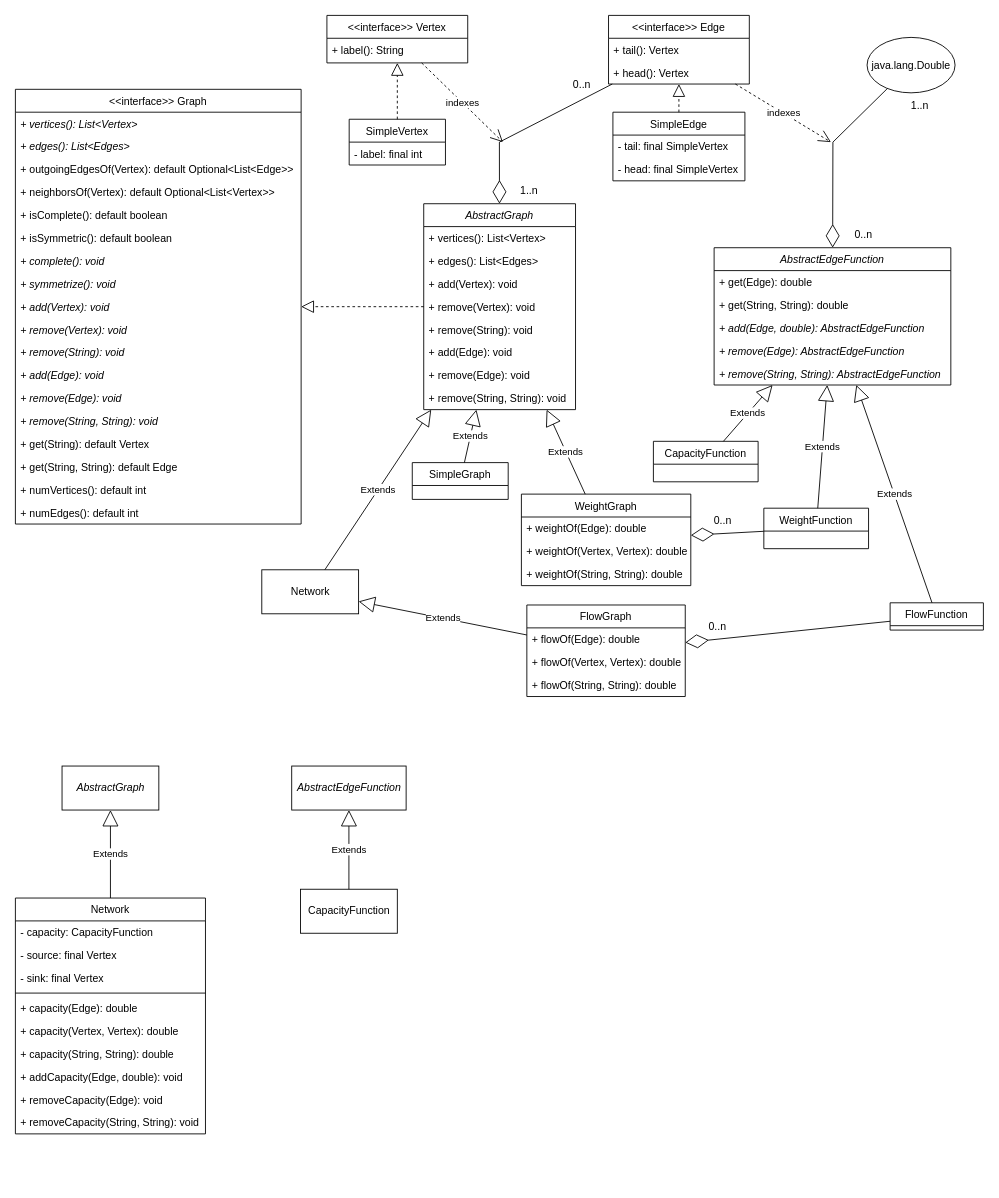
Before: docs/graph.drawio in mgmu/jraf, a draw.io diagram. Source tidied: cells renumbered, new cells numbered last; positions are measured from the earlier drawing's top-left corner, leaving out a move shared by most shapes. Both pictures are drawn from the tidied source at 88%, with x=0, y=0 at pixel (15, 15).
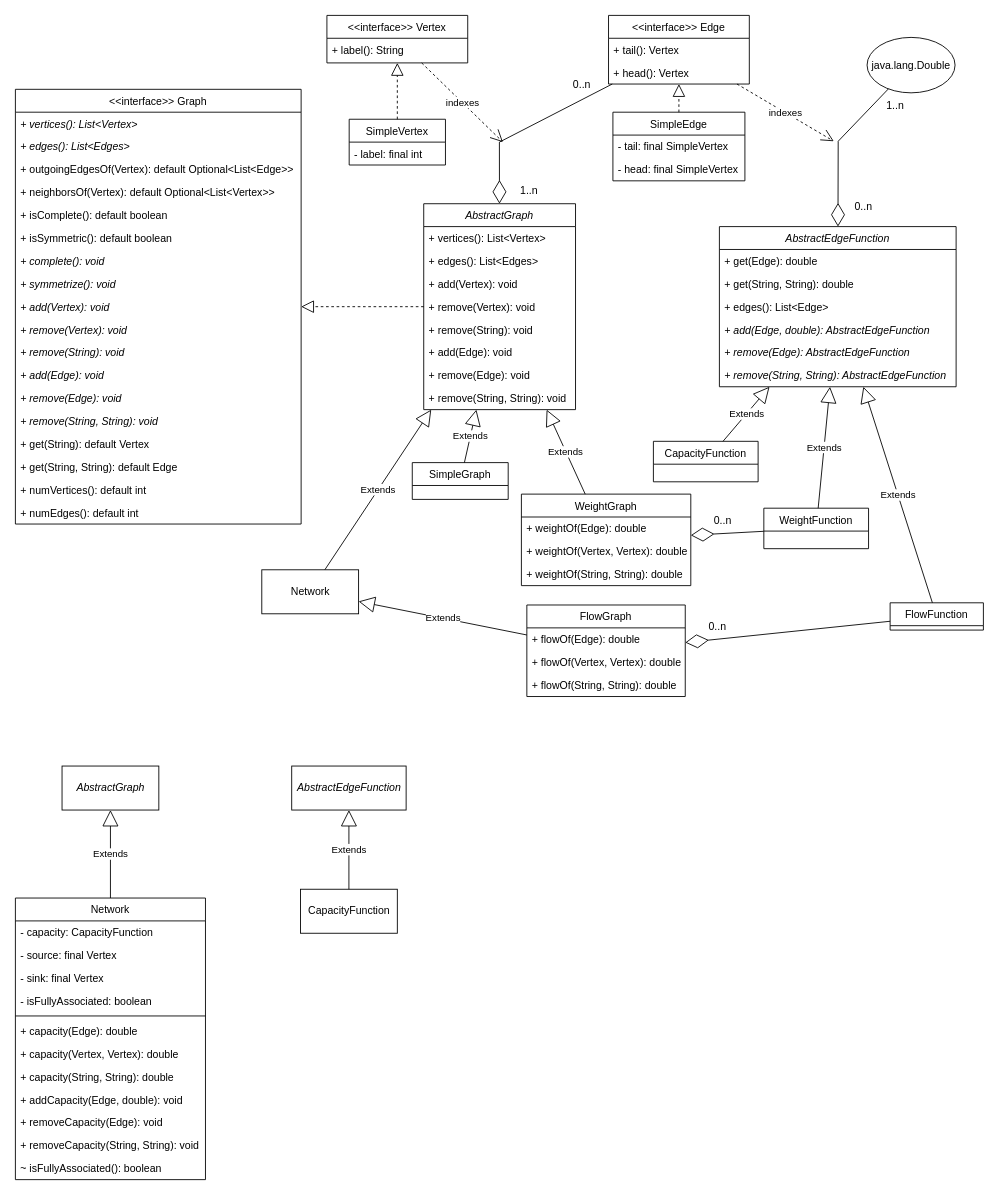
The same diagram, later.

Unchanged cells that the change refers to:
```xml
<mxCell id="4" value="&lt;&lt;interface&gt;&gt; Edge" style="swimlane;fontStyle=0;align=center;verticalAlign=top;horizontal=1;startSize=26;rounded=0;shadow=0;strokeWidth=1;" parent="1" vertex="1">
  <mxGeometry x="674" width="160" height="78" as="geometry" />
</mxCell>
<mxCell id="40" value="java.lang.Double" style="ellipse;whiteSpace=wrap;html=1;" parent="1" vertex="1">
  <mxGeometry x="967.8" y="25" width="100" height="63" as="geometry" />
</mxCell>
```

The edit, as a diff of the source:
```diff
@@
     <mxCell id="41" value="AbstractEdgeFunction" style="swimlane;fontStyle=2;align=center;verticalAlign=top;horizontal=1;startSize=26;rounded=0;shadow=0;strokeWidth=1;" parent="1" vertex="1">
-      <mxGeometry x="794" y="264" width="269" height="156" as="geometry" />
+      <mxGeometry x="800" y="240" width="269" height="182" as="geometry" />
     </mxCell>
@@
+    <mxCell id="98" value="+ edges(): List&lt;Edge&gt;" style="text;strokeColor=none;fillColor=none;align=left;verticalAlign=top;spacingLeft=4;spacingRight=4;overflow=hidden;" parent="41" vertex="1">
+      <mxGeometry y="78" width="269" height="26" as="geometry" />
+    </mxCell>
     <mxCell id="44" value="+ add(Edge, double): AbstractEdgeFunction" style="text;strokeColor=none;fillColor=none;align=left;verticalAlign=top;spacingLeft=4;spacingRight=4;overflow=hidden;fontStyle=2;" parent="41" vertex="1">
-      <mxGeometry y="78" width="269" height="26" as="geometry" />
+      <mxGeometry y="104" width="269" height="26" as="geometry" />
     </mxCell>
     <mxCell id="45" value="+ remove(Edge): AbstractEdgeFunction" style="text;strokeColor=none;fillColor=none;align=left;verticalAlign=top;spacingLeft=4;spacingRight=4;overflow=hidden;fontStyle=2;" parent="41" vertex="1">
-      <mxGeometry y="104" width="269" height="26" as="geometry" />
+      <mxGeometry y="130" width="269" height="26" as="geometry" />
     </mxCell>
     <mxCell id="46" value="+ remove(String, String): AbstractEdgeFunction" style="text;strokeColor=none;fillColor=none;align=left;verticalAlign=top;spacingLeft=4;spacingRight=4;overflow=hidden;fontStyle=2;" parent="41" vertex="1">
-      <mxGeometry y="130" width="269" height="26" as="geometry" />
+      <mxGeometry y="156" width="269" height="26" as="geometry" />
     </mxCell>
@@
     <mxCell id="49" value="indexes" style="endArrow=open;endSize=12;dashed=1;html=1;rounded=0;" parent="1" edge="1" source="4">
       <mxGeometry relative="1" as="geometry">
-        <mxPoint x="926.8" y="144" as="targetPoint" />
+        <mxPoint x="930" y="143" as="targetPoint" />
       </mxGeometry>
     </mxCell>
     <mxCell id="50" value="1..n" style="text;html=1;strokeColor=none;fillColor=none;align=center;verticalAlign=middle;whiteSpace=wrap;rounded=0;" parent="1" vertex="1">
-      <mxGeometry x="997.8" y="88" width="60" height="30" as="geometry" />
+      <mxGeometry x="969.5" y="88" width="60" height="30" as="geometry" />
     </mxCell>
@@
     <mxCell id="73" value="0..n" style="text;html=1;strokeColor=none;fillColor=none;align=center;verticalAlign=middle;whiteSpace=wrap;rounded=0;" parent="1" vertex="1">
-      <mxGeometry x="934" y="234" width="60" height="30" as="geometry" />
+      <mxGeometry x="934" y="203" width="60" height="30" as="geometry" />
     </mxCell>
@@
     <mxCell id="79" style="endArrow=diamondThin;endFill=0;endSize=24;html=1;rounded=0;" parent="1" edge="1" source="40" target="41">
       <mxGeometry relative="1" as="geometry">
         <Array as="points">
-          <mxPoint x="929" y="144" />
+          <mxPoint x="935" y="143" />
         </Array>
       </mxGeometry>
     </mxCell>
@@
     <mxCell id="81" value="Network" style="swimlane;fontStyle=0;align=center;verticalAlign=top;horizontal=1;startSize=26;rounded=0;shadow=0;strokeWidth=1;" parent="1" vertex="1">
-      <mxGeometry y="1003" width="216" height="268" as="geometry" />
+      <mxGeometry y="1003" width="216" height="320" as="geometry" />
     </mxCell>
@@
+    <mxCell id="99" value="- isFullyAssociated: boolean" style="text;strokeColor=none;fillColor=none;align=left;verticalAlign=top;spacingLeft=4;spacingRight=4;overflow=hidden;" parent="81" vertex="1">
+      <mxGeometry y="104" width="216" height="26" as="geometry" />
+    </mxCell>
     <mxCell id="85" style="line;strokeWidth=1;fillColor=none;align=left;verticalAlign=middle;spacingTop=-1;spacingLeft=3;spacingRight=3;labelPosition=right;strokeColor=inherit;" parent="81" vertex="1">
-      <mxGeometry y="104" width="216" height="8" as="geometry" />
+      <mxGeometry y="130" width="216" height="8" as="geometry" />
     </mxCell>
     <mxCell id="86" value="+ capacity(Edge): double" style="text;strokeColor=none;fillColor=none;align=left;verticalAlign=top;spacingLeft=4;spacingRight=4;overflow=hidden;" parent="81" vertex="1">
-      <mxGeometry y="112" width="216" height="26" as="geometry" />
+      <mxGeometry y="138" width="216" height="26" as="geometry" />
     </mxCell>
     <mxCell id="87" value="+ capacity(Vertex, Vertex): double" style="text;strokeColor=none;fillColor=none;align=left;verticalAlign=top;spacingLeft=4;spacingRight=4;overflow=hidden;" parent="81" vertex="1">
-      <mxGeometry y="138" width="216" height="26" as="geometry" />
+      <mxGeometry y="164" width="216" height="26" as="geometry" />
     </mxCell>
     <mxCell id="88" value="+ capacity(String, String): double" style="text;strokeColor=none;fillColor=none;align=left;verticalAlign=top;spacingLeft=4;spacingRight=4;overflow=hidden;" parent="81" vertex="1">
-      <mxGeometry y="164" width="216" height="26" as="geometry" />
+      <mxGeometry y="190" width="216" height="26" as="geometry" />
     </mxCell>
     <mxCell id="89" value="+ addCapacity(Edge, double): void" style="text;strokeColor=none;fillColor=none;align=left;verticalAlign=top;spacingLeft=4;spacingRight=4;overflow=hidden;fontStyle=0;" parent="81" vertex="1">
-      <mxGeometry y="190" width="216" height="26" as="geometry" />
+      <mxGeometry y="216" width="216" height="26" as="geometry" />
     </mxCell>
     <mxCell id="90" value="+ removeCapacity(Edge): void" style="text;strokeColor=none;fillColor=none;align=left;verticalAlign=top;spacingLeft=4;spacingRight=4;overflow=hidden;fontStyle=0;" parent="81" vertex="1">
-      <mxGeometry y="216" width="216" height="26" as="geometry" />
+      <mxGeometry y="242" width="216" height="26" as="geometry" />
     </mxCell>
     <mxCell id="91" value="+ removeCapacity(String, String): void" style="text;strokeColor=none;fillColor=none;align=left;verticalAlign=top;spacingLeft=4;spacingRight=4;overflow=hidden;fontStyle=0;" parent="81" vertex="1">
-      <mxGeometry y="242" width="216" height="26" as="geometry" />
+      <mxGeometry y="268" width="216" height="26" as="geometry" />
     </mxCell>
+    <mxCell id="100" value="~ isFullyAssociated(): boolean" style="text;strokeColor=none;fillColor=none;align=left;verticalAlign=top;spacingLeft=4;spacingRight=4;overflow=hidden;fontStyle=0;" parent="81" vertex="1">
+      <mxGeometry y="294" width="216" height="26" as="geometry" />
+    </mxCell>
```
